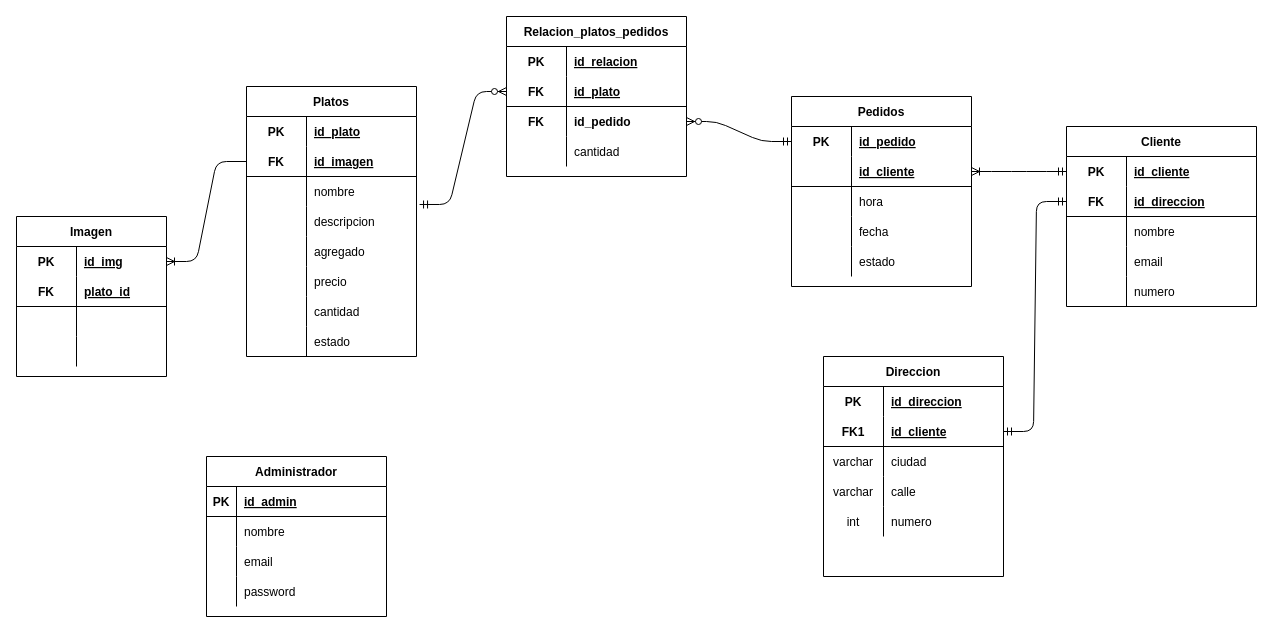
Earlier version of the draw.io diagram Diseno-base-datos-restaurant.drawio (nina011/bpmn_vi_semestre). Source tidied: cells renumbered, new cells numbered last; positions are measured from the earlier drawing's top-left corner, leaving out a move shared by most shapes. Both pictures are drawn from the tidied source at 100%, with x=0, y=0 at pixel (16, 16).
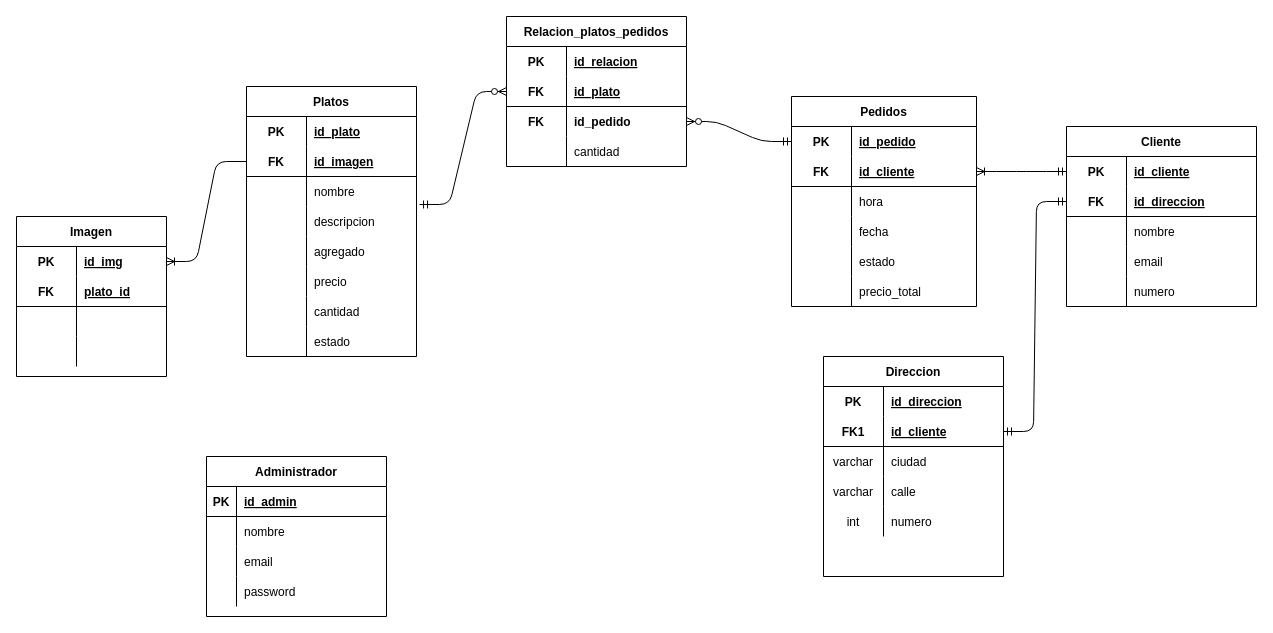
Above is the later version.

The edit, as a diff of the source:
```diff
@@
     <mxCell id="35" value="Pedidos" style="shape=table;startSize=30;childLayout=tableLayout;rowLines=0;fontStyle=1;align=center;" parent="1" vertex="1">
-      <mxGeometry x="775" y="80" width="180" height="190" as="geometry" />
+      <mxGeometry x="775" y="80" width="185" height="210" as="geometry" />
     </mxCell>
     <mxCell id="36" style="shape=partialRectangle;fillColor=none;top=0;left=0;bottom=0;right=0;points=[[0,0.5],[1,0.5]];portConstraint=eastwest;" parent="35" vertex="1">
-      <mxGeometry y="30" width="180" height="30" as="geometry" />
+      <mxGeometry y="30" width="185" height="30" as="geometry" />
     </mxCell>
@@
     <mxCell id="38" value="id_pedido" style="shape=partialRectangle;fillColor=none;top=0;left=0;bottom=0;right=0;align=left;spacingLeft=6;fontStyle=5;overflow=hidden;" parent="36" vertex="1">
-      <mxGeometry x="60" width="120" height="30" as="geometry" />
+      <mxGeometry x="60" width="125" height="30" as="geometry" />
     </mxCell>
     <mxCell id="39" style="shape=partialRectangle;fillColor=none;top=0;left=0;bottom=1;right=0;points=[[0,0.5],[1,0.5]];portConstraint=eastwest;" parent="35" vertex="1">
-      <mxGeometry y="60" width="180" height="30" as="geometry" />
+      <mxGeometry y="60" width="185" height="30" as="geometry" />
     </mxCell>
-    <mxCell id="40" style="shape=partialRectangle;fillColor=none;top=0;left=0;bottom=0;right=0;fontStyle=1;overflow=hidden;" parent="39" vertex="1">
+    <mxCell id="40" value="FK" style="shape=partialRectangle;fillColor=none;top=0;left=0;bottom=0;right=0;fontStyle=1;overflow=hidden;" parent="39" vertex="1">
       <mxGeometry width="60" height="30" as="geometry" />
     </mxCell>
     <mxCell id="41" value="id_cliente" style="shape=partialRectangle;fillColor=none;top=0;left=0;bottom=0;right=0;align=left;spacingLeft=6;fontStyle=5;overflow=hidden;" parent="39" vertex="1">
-      <mxGeometry x="60" width="120" height="30" as="geometry" />
+      <mxGeometry x="60" width="125" height="30" as="geometry" />
     </mxCell>
     <mxCell id="42" style="shape=partialRectangle;fillColor=none;top=0;left=0;bottom=0;right=0;" parent="35" vertex="1">
-      <mxGeometry y="90" width="180" height="30" as="geometry" />
+      <mxGeometry y="90" width="185" height="30" as="geometry" />
     </mxCell>
@@
     <mxCell id="44" value="hora" style="shape=partialRectangle;fillColor=none;top=0;left=0;bottom=0;right=0;align=left;spacingLeft=6;overflow=hidden;" parent="42" vertex="1">
-      <mxGeometry x="60" width="120" height="30" as="geometry" />
+      <mxGeometry x="60" width="125" height="30" as="geometry" />
     </mxCell>
     <mxCell id="45" style="shape=partialRectangle;fillColor=none;top=0;left=0;bottom=0;right=0;" parent="35" vertex="1">
-      <mxGeometry y="120" width="180" height="30" as="geometry" />
+      <mxGeometry y="120" width="185" height="30" as="geometry" />
     </mxCell>
@@
     <mxCell id="47" value="fecha" style="shape=partialRectangle;fillColor=none;top=0;left=0;bottom=0;right=0;align=left;spacingLeft=6;overflow=hidden;" parent="45" vertex="1">
-      <mxGeometry x="60" width="120" height="30" as="geometry" />
+      <mxGeometry x="60" width="125" height="30" as="geometry" />
     </mxCell>
+    <mxCell id="120" style="shape=partialRectangle;fillColor=none;top=0;left=0;bottom=0;right=0;" parent="35" vertex="1">
+      <mxGeometry y="150" width="185" height="30" as="geometry" />
+    </mxCell>
+    <mxCell id="121" style="shape=partialRectangle;fillColor=none;top=0;left=0;bottom=0;right=0;overflow=hidden;" parent="120" vertex="1">
+      <mxGeometry width="60" height="30" as="geometry" />
+    </mxCell>
+    <mxCell id="122" value="estado" style="shape=partialRectangle;fillColor=none;top=0;left=0;bottom=0;right=0;align=left;spacingLeft=6;overflow=hidden;" parent="120" vertex="1">
+      <mxGeometry x="60" width="125" height="30" as="geometry" />
+    </mxCell>
     <mxCell id="48" style="shape=partialRectangle;fillColor=none;top=0;left=0;bottom=0;right=0;" parent="35" vertex="1">
-      <mxGeometry y="150" width="180" height="30" as="geometry" />
+      <mxGeometry y="180" width="185" height="30" as="geometry" />
     </mxCell>
@@
-    <mxCell id="50" value="estado" style="shape=partialRectangle;fillColor=none;top=0;left=0;bottom=0;right=0;align=left;spacingLeft=6;overflow=hidden;" parent="48" vertex="1">
-      <mxGeometry x="60" width="120" height="30" as="geometry" />
+    <mxCell id="50" value="precio_total" style="shape=partialRectangle;fillColor=none;top=0;left=0;bottom=0;right=0;align=left;spacingLeft=6;overflow=hidden;" parent="48" vertex="1">
+      <mxGeometry x="60" width="125" height="30" as="geometry" />
     </mxCell>
@@
     <mxCell id="76" value="Relacion_platos_pedidos" style="shape=table;startSize=30;childLayout=tableLayout;rowLines=0;fontStyle=1;align=center;" parent="1" vertex="1">
-      <mxGeometry x="490" width="180" height="160" as="geometry" />
+      <mxGeometry x="490" width="180" height="150" as="geometry" />
     </mxCell>
```
